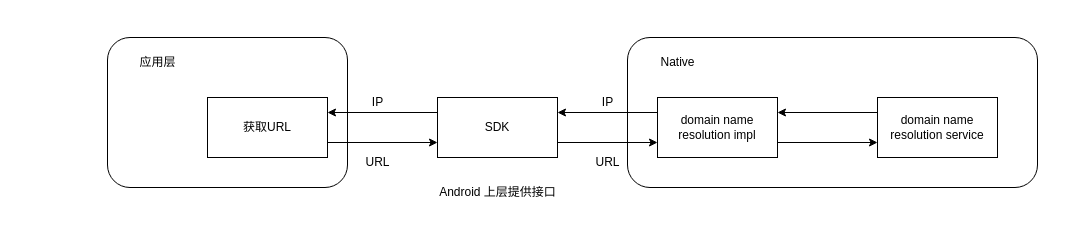
Jev0987/drawioFile keeps this draw.io diagram as page "第 1 页" (1 of 2) of c-areas DNS解析.drawio. Above is the earlier version. Source tidied: cells renumbered, new cells numbered last; positions are measured from the earlier drawing's top-left corner, leaving out a move shared by most shapes. Both pictures are drawn from the tidied source at 100%, with x=0, y=0 at pixel (107, 37).
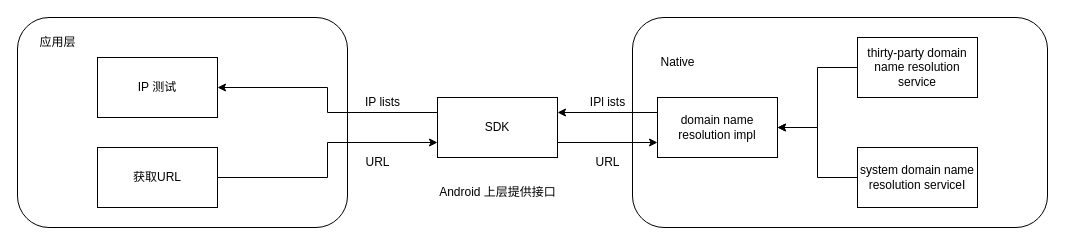
The same diagram, later.

The change refers to these unchanged cells:
```xml
<mxCell id="9" value="SDK" style="whiteSpace=wrap;html=1;" parent="1" vertex="1">
  <mxGeometry x="330" y="60" width="120" height="60" as="geometry" />
</mxCell>
<mxCell id="12" value="domain name resolution impl" style="whiteSpace=wrap;html=1;" parent="1" vertex="1">
  <mxGeometry x="550" y="60" width="120" height="60" as="geometry" />
</mxCell>
```

Change to the diagram source:
```diff
@@
     <mxCell id="2" style="rounded=1;whiteSpace=wrap;html=1;" parent="1" vertex="1">
-      <mxGeometry x="520" width="410" height="150" as="geometry" />
+      <mxGeometry x="525" y="-20" width="415" height="210" as="geometry" />
     </mxCell>
     <mxCell id="3" style="rounded=1;whiteSpace=wrap;html=1;" parent="1" vertex="1">
-      <mxGeometry width="240" height="150" as="geometry" />
+      <mxGeometry x="-90" y="-20" width="330" height="210" as="geometry" />
     </mxCell>
-    <mxCell id="4" style="edgeStyle=orthogonalEdgeStyle;rounded=0;jettySize=auto;html=1;exitX=1;exitY=0.75;exitDx=0;exitDy=0;entryX=0;entryY=0.75;entryDx=0;entryDy=0;" parent="1" edge="1" source="5" target="9">
+    <mxCell id="4" style="edgeStyle=orthogonalEdgeStyle;rounded=0;jettySize=auto;html=1;exitX=1;exitY=0.5;exitDx=0;exitDy=0;entryX=0;entryY=0.75;entryDx=0;entryDy=0;" parent="1" edge="1" source="5" target="9">
       <mxGeometry relative="1" as="geometry" />
     </mxCell>
     <mxCell id="5" value="获取URL" style="whiteSpace=wrap;html=1;" parent="1" vertex="1">
-      <mxGeometry x="100" y="60" width="120" height="60" as="geometry" />
+      <mxGeometry x="-10" y="110" width="120" height="60" as="geometry" />
     </mxCell>
     <mxCell id="6" value="应用层" style="text;html=1;align=center;verticalAlign=middle;strokeColor=none;fillColor=none;" parent="1" vertex="1">
-      <mxGeometry x="20" y="10" width="60" height="30" as="geometry" />
+      <mxGeometry x="-80" y="-10" width="60" height="30" as="geometry" />
     </mxCell>
@@
-    <mxCell id="8" style="edgeStyle=orthogonalEdgeStyle;rounded=0;jettySize=auto;html=1;exitX=0;exitY=0.25;exitDx=0;exitDy=0;entryX=1;entryY=0.25;entryDx=0;entryDy=0;" parent="1" edge="1" source="9" target="5">
-      <mxGeometry relative="1" as="geometry" />
-    </mxCell>
+    <mxCell id="21" style="edgeStyle=orthogonalEdgeStyle;rounded=0;jettySize=auto;html=1;exitX=0;exitY=0.25;exitDx=0;exitDy=0;entryX=1;entryY=0.5;entryDx=0;entryDy=0;" parent="1" edge="1" source="9" target="24">
+      <mxGeometry relative="1" as="geometry" />
+    </mxCell>
@@
-    <mxCell id="11" style="edgeStyle=orthogonalEdgeStyle;rounded=0;jettySize=auto;html=1;exitX=1;exitY=0.75;exitDx=0;exitDy=0;entryX=0;entryY=0.75;entryDx=0;entryDy=0;" parent="1" edge="1" source="12" target="18">
-      <mxGeometry relative="1" as="geometry" />
-    </mxCell>
@@
-    <mxCell id="17" style="edgeStyle=orthogonalEdgeStyle;rounded=0;jettySize=auto;html=1;exitX=0;exitY=0.25;exitDx=0;exitDy=0;entryX=1;entryY=0.25;entryDx=0;entryDy=0;" parent="1" edge="1" source="18" target="12">
+    <mxCell id="17" style="edgeStyle=orthogonalEdgeStyle;rounded=0;jettySize=auto;html=1;exitX=0;exitY=0.5;exitDx=0;exitDy=0;entryX=1;entryY=0.5;entryDx=0;entryDy=0;" parent="1" edge="1" source="18" target="12">
       <mxGeometry relative="1" as="geometry" />
     </mxCell>
-    <mxCell id="18" value="domain name resolution service" style="whiteSpace=wrap;html=1;" parent="1" vertex="1">
-      <mxGeometry x="770" y="60" width="120" height="60" as="geometry" />
+    <mxCell id="18" value="thirty-party domain name resolution service" style="whiteSpace=wrap;html=1;" parent="1" vertex="1">
+      <mxGeometry x="750" width="120" height="60" as="geometry" />
     </mxCell>
-    <mxCell id="19" value="IP" style="text;html=1;align=center;verticalAlign=middle;strokeColor=none;fillColor=none;" parent="1" vertex="1">
-      <mxGeometry x="485" y="50" width="30" height="30" as="geometry" />
+    <mxCell id="19" value="IPl ists" style="text;html=1;align=center;verticalAlign=middle;strokeColor=none;fillColor=none;" parent="1" vertex="1">
+      <mxGeometry x="470" y="50" width="60" height="30" as="geometry" />
     </mxCell>
-    <mxCell id="20" value="IP" style="text;html=1;align=center;verticalAlign=middle;strokeColor=none;fillColor=none;" parent="1" vertex="1">
-      <mxGeometry x="255" y="50" width="30" height="30" as="geometry" />
+    <mxCell id="20" value="IP lists" style="text;html=1;align=center;verticalAlign=middle;strokeColor=none;fillColor=none;" parent="1" vertex="1">
+      <mxGeometry x="245" y="50" width="60" height="30" as="geometry" />
     </mxCell>
+    <mxCell id="22" style="edgeStyle=orthogonalEdgeStyle;rounded=0;jettySize=auto;html=1;exitX=0;exitY=0.5;exitDx=0;exitDy=0;entryX=1;entryY=0.5;entryDx=0;entryDy=0;" parent="1" edge="1" source="23" target="12">
+      <mxGeometry relative="1" as="geometry" />
+    </mxCell>
+    <mxCell id="23" value="system domain name resolution serviceI" style="whiteSpace=wrap;html=1;" parent="1" vertex="1">
+      <mxGeometry x="750" y="110" width="120" height="60" as="geometry" />
+    </mxCell>
+    <mxCell id="24" value="IP 测试" style="whiteSpace=wrap;html=1;" parent="1" vertex="1">
+      <mxGeometry x="-10" y="20" width="120" height="60" as="geometry" />
+    </mxCell>
```
